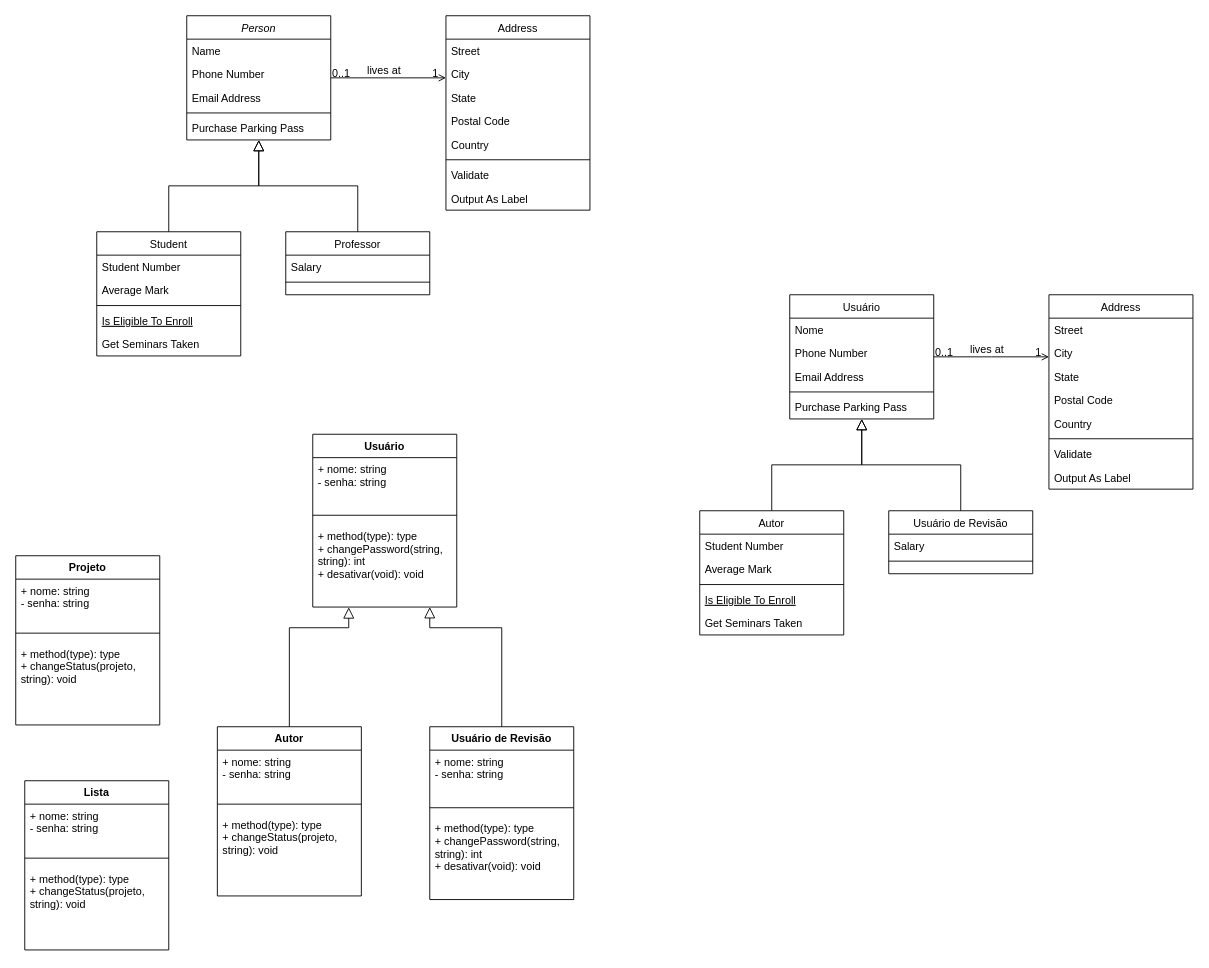
Above: Diagrama de Classes.drawio in bruniculos08/PPR0001 (draw.io), before the change. Source tidied: cells renumbered, new cells numbered last; positions are measured from the earlier drawing's top-left corner, leaving out a move shared by most shapes. Both pictures are drawn from the tidied source at 90%, with x=0, y=0 at pixel (15, 15).
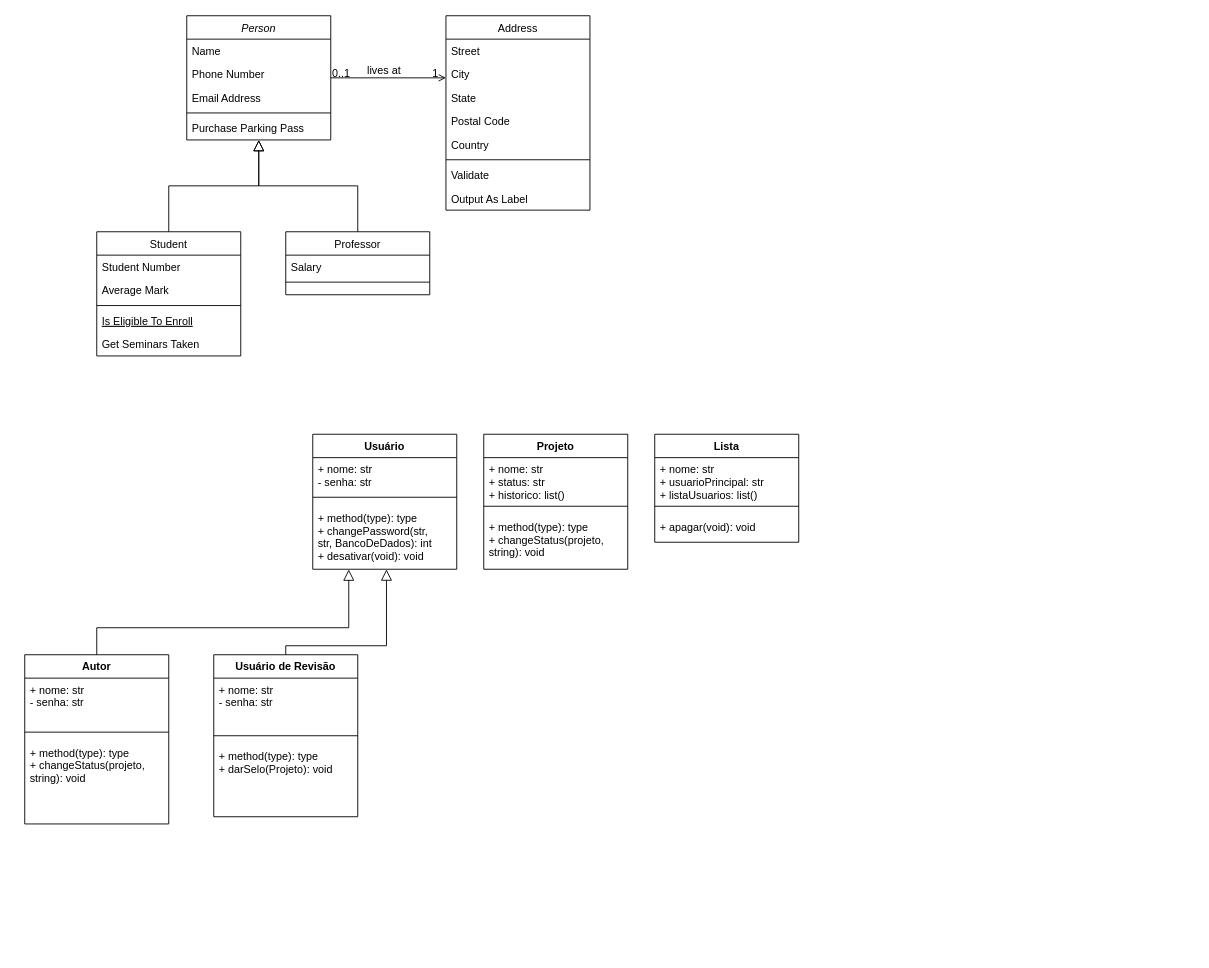
Above is the later version.

Change to the diagram source:
```diff
@@
-    <mxCell id="32" value="Usuário" style="swimlane;fontStyle=0;align=center;verticalAlign=top;horizontal=1;startSize=26;rounded=0;shadow=0;strokeWidth=1;" parent="1" vertex="1">
-      <mxGeometry x="860" y="310" width="160" height="138" as="geometry" />
-    </mxCell>
-    <mxCell id="33" value="Nome" style="text;align=left;verticalAlign=top;spacingLeft=4;spacingRight=4;overflow=hidden;" parent="32" vertex="1">
-      <mxGeometry y="26" width="160" height="26" as="geometry" />
-    </mxCell>
-    <mxCell id="34" value="Phone Number" style="text;align=left;verticalAlign=top;spacingLeft=4;spacingRight=4;overflow=hidden;rounded=0;shadow=0;html=0;" parent="32" vertex="1">
-      <mxGeometry y="52" width="160" height="26" as="geometry" />
-    </mxCell>
-    <mxCell id="35" value="Email Address" style="text;align=left;verticalAlign=top;spacingLeft=4;spacingRight=4;overflow=hidden;rounded=0;shadow=0;html=0;" parent="32" vertex="1">
-      <mxGeometry y="78" width="160" height="26" as="geometry" />
-    </mxCell>
-    <mxCell id="36" style="line;html=1;strokeWidth=1;align=left;verticalAlign=middle;spacingTop=-1;spacingLeft=3;spacingRight=3;labelPosition=right;" parent="32" vertex="1">
-      <mxGeometry y="104" width="160" height="8" as="geometry" />
-    </mxCell>
-    <mxCell id="37" value="Purchase Parking Pass" style="text;align=left;verticalAlign=top;spacingLeft=4;spacingRight=4;overflow=hidden;" parent="32" vertex="1">
-      <mxGeometry y="112" width="160" height="26" as="geometry" />
-    </mxCell>
-    <mxCell id="38" value="Autor" style="swimlane;fontStyle=0;align=center;verticalAlign=top;horizontal=1;startSize=26;rounded=0;shadow=0;strokeWidth=1;" parent="1" vertex="1">
-      <mxGeometry x="760" y="550" width="160" height="138" as="geometry" />
-    </mxCell>
-    <mxCell id="39" value="Student Number" style="text;align=left;verticalAlign=top;spacingLeft=4;spacingRight=4;overflow=hidden;" parent="38" vertex="1">
-      <mxGeometry y="26" width="160" height="26" as="geometry" />
-    </mxCell>
-    <mxCell id="40" value="Average Mark" style="text;align=left;verticalAlign=top;spacingLeft=4;spacingRight=4;overflow=hidden;rounded=0;shadow=0;html=0;" parent="38" vertex="1">
-      <mxGeometry y="52" width="160" height="26" as="geometry" />
-    </mxCell>
-    <mxCell id="41" style="line;html=1;strokeWidth=1;align=left;verticalAlign=middle;spacingTop=-1;spacingLeft=3;spacingRight=3;labelPosition=right;" parent="38" vertex="1">
-      <mxGeometry y="78" width="160" height="8" as="geometry" />
-    </mxCell>
-    <mxCell id="42" value="Is Eligible To Enroll" style="text;align=left;verticalAlign=top;spacingLeft=4;spacingRight=4;overflow=hidden;fontStyle=4;" parent="38" vertex="1">
-      <mxGeometry y="86" width="160" height="26" as="geometry" />
-    </mxCell>
-    <mxCell id="43" value="Get Seminars Taken" style="text;align=left;verticalAlign=top;spacingLeft=4;spacingRight=4;overflow=hidden;" parent="38" vertex="1">
-      <mxGeometry y="112" width="160" height="26" as="geometry" />
-    </mxCell>
-    <mxCell id="44" style="endArrow=block;endSize=10;endFill=0;shadow=0;strokeWidth=1;rounded=0;edgeStyle=elbowEdgeStyle;elbow=vertical;" parent="1" edge="1" source="38" target="32">
-      <mxGeometry relative="1" as="geometry" />
-    </mxCell>
-    <mxCell id="45" value="Usuário de Revisão" style="swimlane;fontStyle=0;align=center;verticalAlign=top;horizontal=1;startSize=26;rounded=0;shadow=0;strokeWidth=1;" parent="1" vertex="1">
-      <mxGeometry x="970" y="550" width="160" height="70" as="geometry" />
-    </mxCell>
-    <mxCell id="46" value="Salary" style="text;align=left;verticalAlign=top;spacingLeft=4;spacingRight=4;overflow=hidden;" parent="45" vertex="1">
-      <mxGeometry y="26" width="160" height="26" as="geometry" />
-    </mxCell>
-    <mxCell id="47" style="line;html=1;strokeWidth=1;align=left;verticalAlign=middle;spacingTop=-1;spacingLeft=3;spacingRight=3;labelPosition=right;" parent="45" vertex="1">
-      <mxGeometry y="52" width="160" height="8" as="geometry" />
-    </mxCell>
-    <mxCell id="48" style="endArrow=block;endSize=10;endFill=0;shadow=0;strokeWidth=1;rounded=0;edgeStyle=elbowEdgeStyle;elbow=vertical;" parent="1" edge="1" source="45" target="32">
-      <mxGeometry relative="1" as="geometry" />
-    </mxCell>
-    <mxCell id="49" value="Address" style="swimlane;fontStyle=0;align=center;verticalAlign=top;horizontal=1;startSize=26;rounded=0;shadow=0;strokeWidth=1;" parent="1" vertex="1">
-      <mxGeometry x="1148" y="310" width="160" height="216" as="geometry" />
-    </mxCell>
-    <mxCell id="50" value="Street" style="text;align=left;verticalAlign=top;spacingLeft=4;spacingRight=4;overflow=hidden;" parent="49" vertex="1">
-      <mxGeometry y="26" width="160" height="26" as="geometry" />
-    </mxCell>
-    <mxCell id="51" value="City" style="text;align=left;verticalAlign=top;spacingLeft=4;spacingRight=4;overflow=hidden;rounded=0;shadow=0;html=0;" parent="49" vertex="1">
-      <mxGeometry y="52" width="160" height="26" as="geometry" />
-    </mxCell>
-    <mxCell id="52" value="State" style="text;align=left;verticalAlign=top;spacingLeft=4;spacingRight=4;overflow=hidden;rounded=0;shadow=0;html=0;" parent="49" vertex="1">
-      <mxGeometry y="78" width="160" height="26" as="geometry" />
-    </mxCell>
-    <mxCell id="53" value="Postal Code" style="text;align=left;verticalAlign=top;spacingLeft=4;spacingRight=4;overflow=hidden;rounded=0;shadow=0;html=0;" parent="49" vertex="1">
-      <mxGeometry y="104" width="160" height="26" as="geometry" />
-    </mxCell>
-    <mxCell id="54" value="Country" style="text;align=left;verticalAlign=top;spacingLeft=4;spacingRight=4;overflow=hidden;rounded=0;shadow=0;html=0;" parent="49" vertex="1">
-      <mxGeometry y="130" width="160" height="26" as="geometry" />
-    </mxCell>
-    <mxCell id="55" style="line;html=1;strokeWidth=1;align=left;verticalAlign=middle;spacingTop=-1;spacingLeft=3;spacingRight=3;labelPosition=right;" parent="49" vertex="1">
-      <mxGeometry y="156" width="160" height="8" as="geometry" />
-    </mxCell>
-    <mxCell id="56" value="Validate" style="text;align=left;verticalAlign=top;spacingLeft=4;spacingRight=4;overflow=hidden;" parent="49" vertex="1">
-      <mxGeometry y="164" width="160" height="26" as="geometry" />
-    </mxCell>
-    <mxCell id="57" value="Output As Label" style="text;align=left;verticalAlign=top;spacingLeft=4;spacingRight=4;overflow=hidden;" parent="49" vertex="1">
-      <mxGeometry y="190" width="160" height="26" as="geometry" />
-    </mxCell>
-    <mxCell id="58" style="endArrow=open;shadow=0;strokeWidth=1;rounded=0;endFill=1;edgeStyle=elbowEdgeStyle;elbow=vertical;" parent="1" edge="1" source="32" target="49">
-      <mxGeometry x="0.5" y="41" relative="1" as="geometry">
-        <mxPoint x="-40" y="32" as="offset" />
-      </mxGeometry>
-    </mxCell>
-    <mxCell id="59" value="0..1" style="align=left;verticalAlign=bottom;labelBackgroundColor=none;fontSize=12;" parent="58" vertex="1">
-      <mxGeometry x="-1" relative="1" as="geometry">
-        <mxPoint y="4" as="offset" />
-      </mxGeometry>
-    </mxCell>
-    <mxCell id="60" value="1" style="align=right;verticalAlign=bottom;labelBackgroundColor=none;fontSize=12;" parent="58" vertex="1">
-      <mxGeometry x="1" relative="1" as="geometry">
-        <mxPoint x="-7" y="4" as="offset" />
-      </mxGeometry>
-    </mxCell>
-    <mxCell id="61" value="lives at" style="text;html=1;align=center;verticalAlign=middle;labelBackgroundColor=none;rounded=0;shadow=0;strokeWidth=1;fontSize=12;" parent="58" vertex="1">
-      <mxGeometry x="0.5" y="49" relative="1" as="geometry">
-        <mxPoint x="-38" y="40" as="offset" />
-      </mxGeometry>
-    </mxCell>
     <mxCell id="62" value="Usuário" style="swimlane;fontStyle=1;align=center;verticalAlign=top;horizontal=1;startSize=26;" parent="1" vertex="1">
-      <mxGeometry x="330" y="465" width="160" height="192" as="geometry" />
+      <mxGeometry x="330" y="465" width="160" height="150" as="geometry" />
     </mxCell>
-    <mxCell id="63" value="+ nome: string&#10;- senha: string" style="text;strokeColor=none;fillColor=none;align=left;verticalAlign=top;spacingLeft=4;spacingRight=4;overflow=hidden;" parent="62" vertex="1">
-      <mxGeometry y="26" width="160" height="54" as="geometry" />
+    <mxCell id="63" value="+ nome: str&#10;- senha: str" style="text;strokeColor=none;fillColor=none;align=left;verticalAlign=top;spacingLeft=4;spacingRight=4;overflow=hidden;" parent="62" vertex="1">
+      <mxGeometry y="26" width="160" height="34" as="geometry" />
     </mxCell>
     <mxCell id="64" style="line;strokeWidth=1;fillColor=none;align=left;verticalAlign=middle;spacingTop=-1;spacingLeft=3;spacingRight=3;labelPosition=right;" parent="62" vertex="1">
-      <mxGeometry y="80" width="160" height="20" as="geometry" />
+      <mxGeometry y="60" width="160" height="20" as="geometry" />
     </mxCell>
-    <mxCell id="65" value="+ method(type): type&#10;+ changePassword(string,&#10;string): int&#10;+ desativar(void): void " style="text;strokeColor=none;fillColor=none;align=left;verticalAlign=top;spacingLeft=4;spacingRight=4;overflow=hidden;points=[[0,0.5],[1,0.5]];portConstraint=eastwest;" parent="62" vertex="1">
-      <mxGeometry y="100" width="160" height="92" as="geometry" />
+    <mxCell id="65" value="+ method(type): type&#10;+ changePassword(str,&#10;str, BancoDeDados): int&#10;+ desativar(void): void " style="text;strokeColor=none;fillColor=none;align=left;verticalAlign=top;spacingLeft=4;spacingRight=4;overflow=hidden;points=[[0,0.5],[1,0.5]];portConstraint=eastwest;" parent="62" vertex="1">
+      <mxGeometry y="80" width="160" height="70" as="geometry" />
     </mxCell>
     <mxCell id="66" value="Autor" style="swimlane;fontStyle=1;align=center;verticalAlign=top;horizontal=1;startSize=26;" parent="1" vertex="1">
-      <mxGeometry x="224" y="790" width="160" height="188" as="geometry" />
+      <mxGeometry x="10" y="710" width="160" height="188" as="geometry" />
     </mxCell>
-    <mxCell id="67" value="+ nome: string&#10;- senha: string" style="text;strokeColor=none;fillColor=none;align=left;verticalAlign=top;spacingLeft=4;spacingRight=4;overflow=hidden;" parent="66" vertex="1">
+    <mxCell id="67" value="+ nome: str&#10;- senha: str" style="text;strokeColor=none;fillColor=none;align=left;verticalAlign=top;spacingLeft=4;spacingRight=4;overflow=hidden;" parent="66" vertex="1">
       <mxGeometry y="26" width="160" height="50" as="geometry" />
     </mxCell>
@@
     <mxCell id="71" value="Usuário de Revisão" style="swimlane;fontStyle=1;align=center;verticalAlign=top;horizontal=1;startSize=26;" parent="1" vertex="1">
-      <mxGeometry x="460" y="790" width="160" height="192" as="geometry" />
+      <mxGeometry x="220" y="710" width="160" height="180" as="geometry" />
     </mxCell>
-    <mxCell id="72" value="+ nome: string&#10;- senha: string" style="text;strokeColor=none;fillColor=none;align=left;verticalAlign=top;spacingLeft=4;spacingRight=4;overflow=hidden;" parent="71" vertex="1">
+    <mxCell id="72" value="+ nome: str&#10;- senha: str" style="text;strokeColor=none;fillColor=none;align=left;verticalAlign=top;spacingLeft=4;spacingRight=4;overflow=hidden;" parent="71" vertex="1">
       <mxGeometry y="26" width="160" height="54" as="geometry" />
     </mxCell>
@@
-    <mxCell id="74" value="+ method(type): type&#10;+ changePassword(string,&#10;string): int&#10;+ desativar(void): void " style="text;strokeColor=none;fillColor=none;align=left;verticalAlign=top;spacingLeft=4;spacingRight=4;overflow=hidden;" parent="71" vertex="1">
-      <mxGeometry y="100" width="160" height="92" as="geometry" />
+    <mxCell id="74" value="+ method(type): type&#10;+ darSelo(Projeto): void" style="text;strokeColor=none;fillColor=none;align=left;verticalAlign=top;spacingLeft=4;spacingRight=4;overflow=hidden;" parent="71" vertex="1">
+      <mxGeometry y="100" width="160" height="80" as="geometry" />
     </mxCell>
-    <mxCell id="75" style="endArrow=block;endSize=10;endFill=0;shadow=0;strokeWidth=1;rounded=0;edgeStyle=elbowEdgeStyle;elbow=vertical;exitX=0.5;exitY=0;exitDx=0;exitDy=0;" parent="1" edge="1" target="65">
+    <mxCell id="75" style="endArrow=block;endSize=10;endFill=0;shadow=0;strokeWidth=1;rounded=0;edgeStyle=elbowEdgeStyle;elbow=vertical;exitX=0.5;exitY=0;exitDx=0;exitDy=0;entryX=0.512;entryY=1.002;entryDx=0;entryDy=0;entryPerimeter=0;" parent="1" edge="1" source="71" target="65">
       <mxGeometry relative="1" as="geometry">
-        <mxPoint x="540" y="790" as="sourcePoint" />
         <Array as="points">
+          <mxPoint x="420" y="700" />
           <mxPoint x="460" y="680" />
           <mxPoint x="460" y="710" />
           <mxPoint x="470" y="720" />
         </Array>
       </mxGeometry>
     </mxCell>
     <mxCell id="76" value="Projeto" style="swimlane;fontStyle=1;align=center;verticalAlign=top;horizontal=1;startSize=26;" parent="1" vertex="1">
-      <mxGeometry y="600" width="160" height="188" as="geometry" />
+      <mxGeometry x="520" y="465" width="160" height="150" as="geometry" />
     </mxCell>
-    <mxCell id="77" value="+ nome: string&#10;- senha: string" style="text;strokeColor=none;fillColor=none;align=left;verticalAlign=top;spacingLeft=4;spacingRight=4;overflow=hidden;" parent="76" vertex="1">
-      <mxGeometry y="26" width="160" height="50" as="geometry" />
+    <mxCell id="77" value="+ nome: str&#10;+ status: str&#10;+ historico: list()" style="text;strokeColor=none;fillColor=none;align=left;verticalAlign=top;spacingLeft=4;spacingRight=4;overflow=hidden;" parent="76" vertex="1">
+      <mxGeometry y="26" width="160" height="44" as="geometry" />
     </mxCell>
     <mxCell id="78" style="line;strokeWidth=1;fillColor=none;align=left;verticalAlign=middle;spacingTop=-1;spacingLeft=3;spacingRight=3;labelPosition=right;" parent="76" vertex="1">
-      <mxGeometry y="76" width="160" height="20" as="geometry" />
+      <mxGeometry y="70" width="160" height="20" as="geometry" />
     </mxCell>
     <mxCell id="79" value="+ method(type): type&#10;+ changeStatus(projeto,&#10;string): void" style="text;strokeColor=none;fillColor=none;align=left;verticalAlign=top;spacingLeft=4;spacingRight=4;overflow=hidden;" parent="76" vertex="1">
-      <mxGeometry y="96" width="160" height="92" as="geometry" />
+      <mxGeometry y="90" width="160" height="60" as="geometry" />
     </mxCell>
     <mxCell id="80" value="Lista" style="swimlane;fontStyle=1;align=center;verticalAlign=top;horizontal=1;startSize=26;" parent="1" vertex="1">
-      <mxGeometry x="10" y="850" width="160" height="188" as="geometry" />
+      <mxGeometry x="710" y="465" width="160" height="120" as="geometry" />
     </mxCell>
-    <mxCell id="81" value="+ nome: string&#10;- senha: string" style="text;strokeColor=none;fillColor=none;align=left;verticalAlign=top;spacingLeft=4;spacingRight=4;overflow=hidden;" parent="80" vertex="1">
-      <mxGeometry y="26" width="160" height="50" as="geometry" />
+    <mxCell id="81" value="+ nome: str&#10;+ usuarioPrincipal: str&#10;+ listaUsuarios: list()" style="text;strokeColor=none;fillColor=none;align=left;verticalAlign=top;spacingLeft=4;spacingRight=4;overflow=hidden;" parent="80" vertex="1">
+      <mxGeometry y="26" width="160" height="44" as="geometry" />
     </mxCell>
     <mxCell id="82" style="line;strokeWidth=1;fillColor=none;align=left;verticalAlign=middle;spacingTop=-1;spacingLeft=3;spacingRight=3;labelPosition=right;" parent="80" vertex="1">
-      <mxGeometry y="76" width="160" height="20" as="geometry" />
+      <mxGeometry y="70" width="160" height="20" as="geometry" />
     </mxCell>
-    <mxCell id="83" value="+ method(type): type&#10;+ changeStatus(projeto,&#10;string): void" style="text;strokeColor=none;fillColor=none;align=left;verticalAlign=top;spacingLeft=4;spacingRight=4;overflow=hidden;" parent="80" vertex="1">
-      <mxGeometry y="96" width="160" height="92" as="geometry" />
+    <mxCell id="83" value="+ apagar(void): void" style="text;strokeColor=none;fillColor=none;align=left;verticalAlign=top;spacingLeft=4;spacingRight=4;overflow=hidden;" parent="80" vertex="1">
+      <mxGeometry y="90" width="160" height="30" as="geometry" />
     </mxCell>
```
